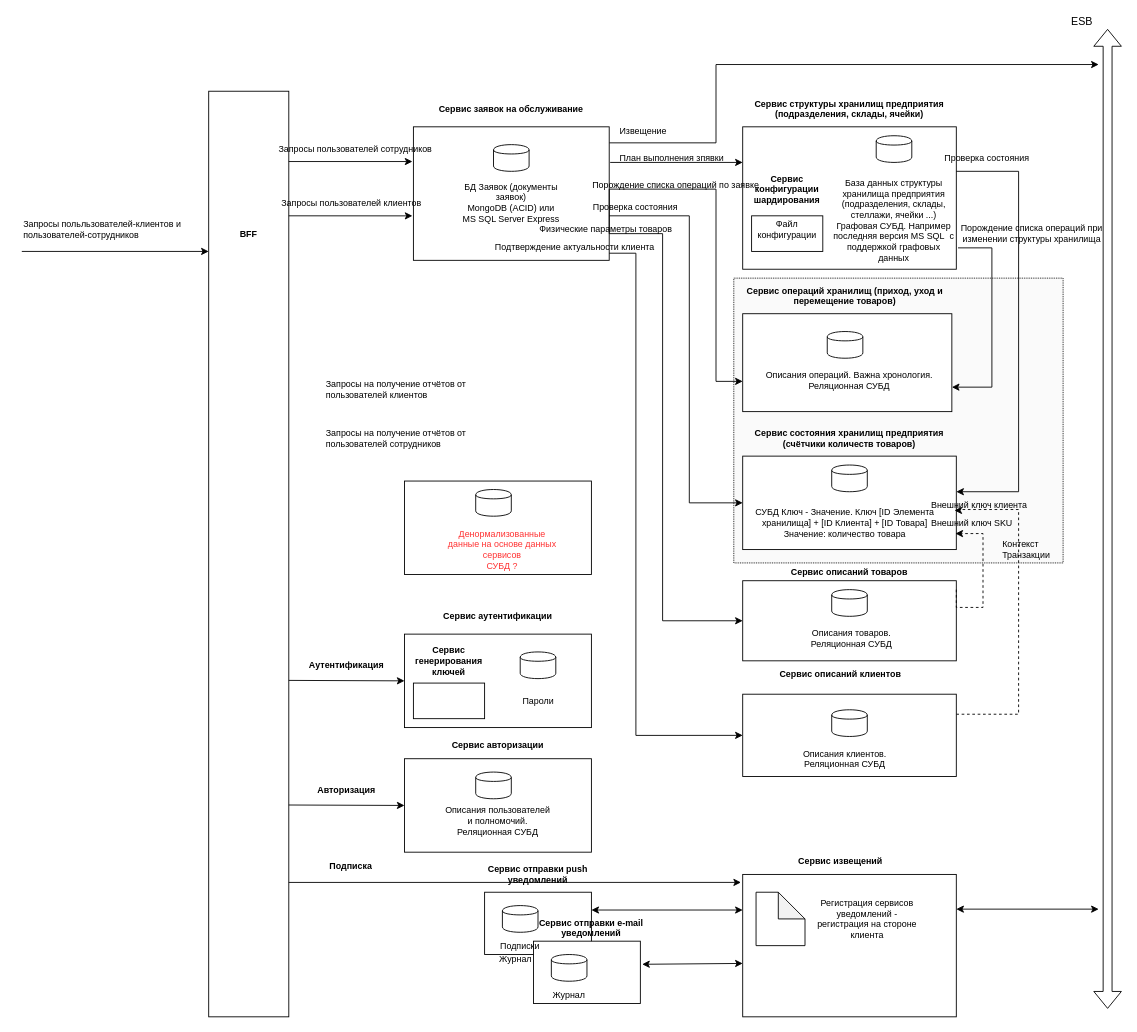
This is apw (21).drawio from Kiselb/Software-Architect-2019-11, a draw.io file, before an edit. Source tidied: cells renumbered, new cells numbered last; positions are measured from the earlier drawing's top-left corner, leaving out a move shared by most shapes. Both pictures are drawn from the tidied source at 89%, with x=0, y=0 at pixel (21, 28).
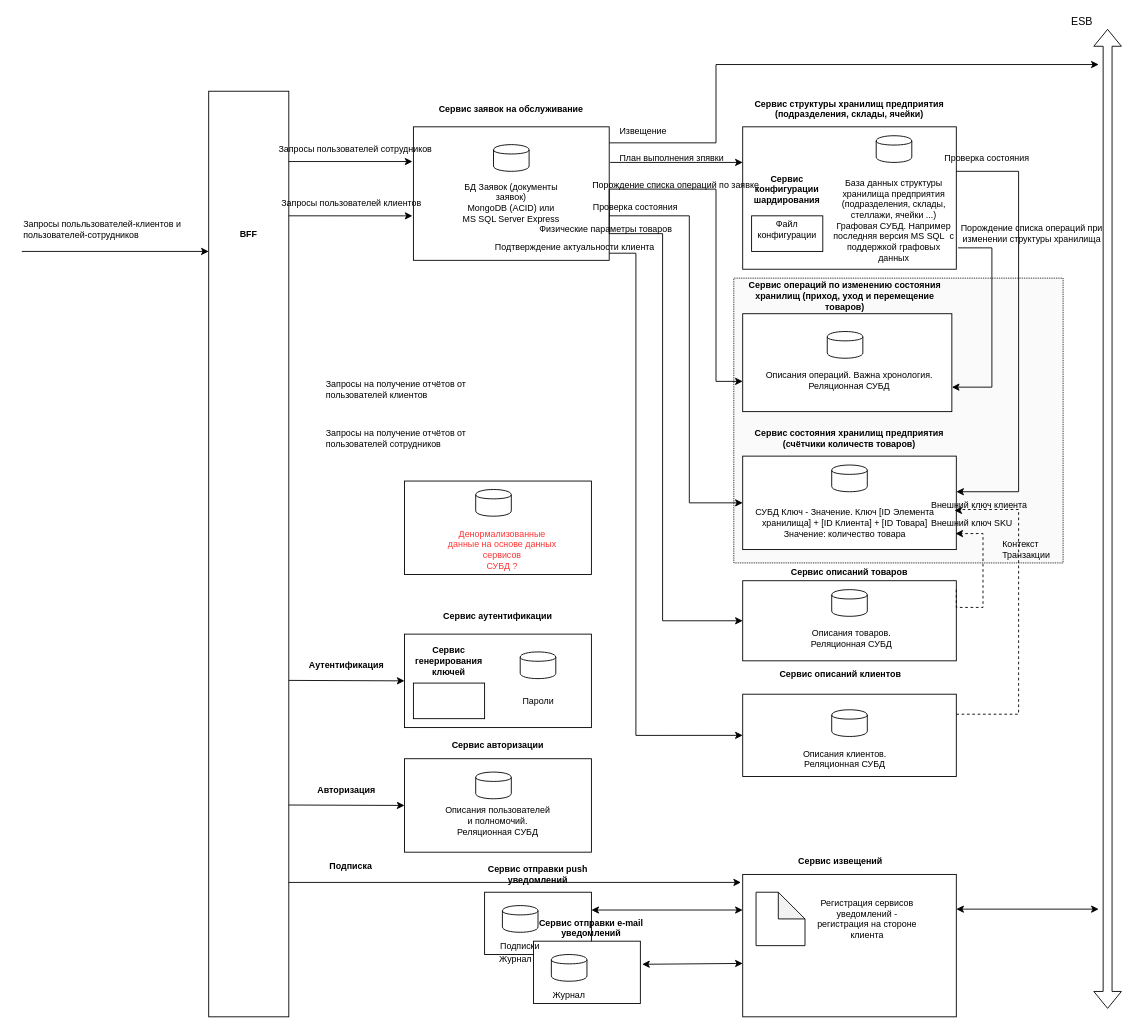
The same diagram, later.

The edit, as a diff of the source:
```diff
@@
-    <mxCell id="40" value="Сервис операций хранилищ (приход, уход и перемещение товаров)" style="text;html=1;strokeColor=none;fillColor=none;align=center;verticalAlign=middle;whiteSpace=wrap;rounded=0;fontSize=10;fontStyle=1;" parent="1" vertex="1">
+    <mxCell id="40" value="Сервис операций по изменению состояния хранилищ (приход, уход и перемещение товаров)" style="text;html=1;strokeColor=none;fillColor=none;align=center;verticalAlign=middle;whiteSpace=wrap;rounded=0;fontSize=10;fontStyle=1;" parent="1" vertex="1">
       <mxGeometry x="805" y="290" width="240" height="20" as="geometry" />
     </mxCell>
```
